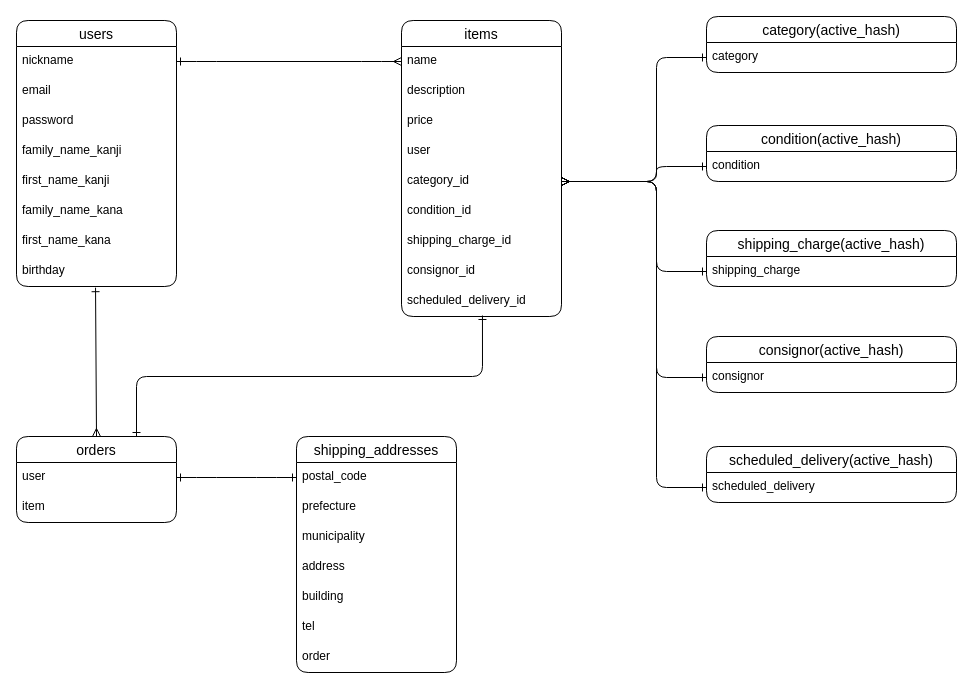
Earlier version of the draw.io diagram furima37542.dio (piyo106/furima-37542). Source tidied: cells renumbered, new cells numbered last; positions are measured from the earlier drawing's top-left corner, leaving out a move shared by most shapes. Both pictures are drawn from the tidied source at 100%, with x=0, y=0 at pixel (16, 16).
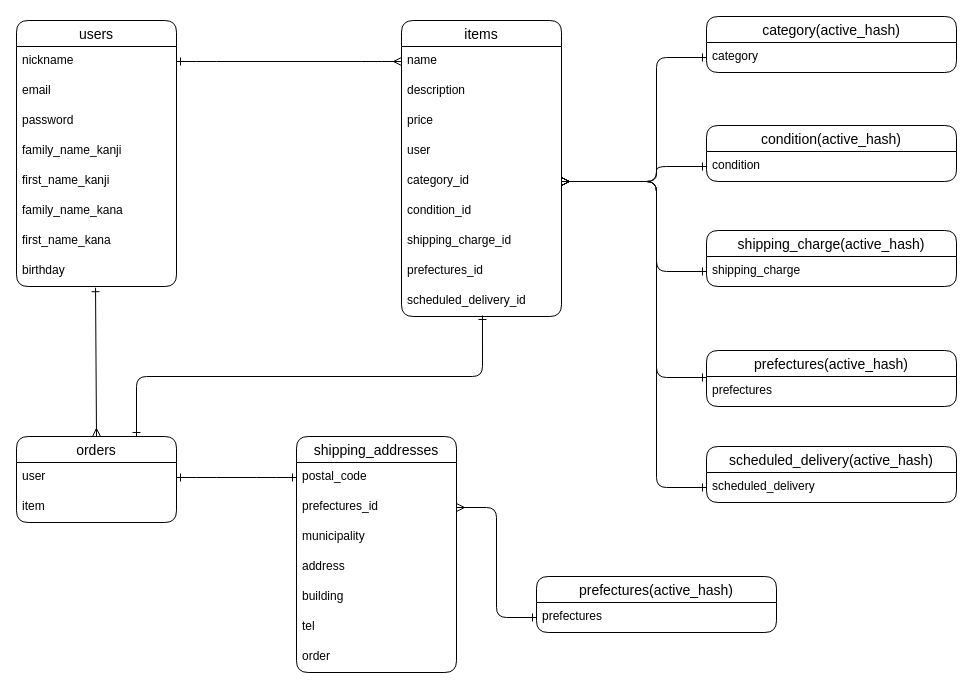
The same page after the edit.

The change refers to these unchanged cells:
```xml
<mxCell id="2" value="items" style="swimlane;fontStyle=0;horizontal=1;startSize=26;align=center;fontSize=14;rounded=1;" parent="1" vertex="1">
  <mxGeometry x="385" y="4" width="160" height="296" as="geometry" />
</mxCell>
<mxCell id="7" value="category_id" style="text;strokeColor=none;fillColor=none;spacingLeft=4;spacingRight=4;overflow=hidden;points=[[0,0.5],[1,0.5]];portConstraint=eastwest;fontSize=12;rounded=1;" parent="2" vertex="1">
  <mxGeometry y="146" width="160" height="30" as="geometry" />
</mxCell>
<mxCell id="25" value="shipping_addresses" style="swimlane;fontStyle=0;horizontal=1;startSize=26;align=center;fontSize=14;rounded=1;" parent="1" vertex="1">
  <mxGeometry x="280" y="420" width="160" height="236" as="geometry" />
</mxCell>
<mxCell id="36" value="scheduled_delivery" style="text;strokeColor=none;fillColor=none;spacingLeft=4;spacingRight=4;overflow=hidden;points=[[0,0.5],[1,0.5]];portConstraint=eastwest;fontSize=12;rounded=1;" parent="35" vertex="1">
  <mxGeometry y="26" width="250" height="30" as="geometry" />
</mxCell>
```

Diff of the diagram source:
```diff
@@
-    <mxCell id="10" value="consignor_id" style="text;strokeColor=none;fillColor=none;spacingLeft=4;spacingRight=4;overflow=hidden;fontSize=12;rounded=1;" parent="2" vertex="1">
+    <mxCell id="10" value="prefectures_id" style="text;strokeColor=none;fillColor=none;spacingLeft=4;spacingRight=4;overflow=hidden;fontSize=12;rounded=1;" parent="2" vertex="1">
       <mxGeometry y="236" width="160" height="30" as="geometry" />
     </mxCell>
@@
-    <mxCell id="27" value="prefecture" style="text;strokeColor=none;fillColor=none;spacingLeft=4;spacingRight=4;overflow=hidden;points=[[0,0.5],[1,0.5]];portConstraint=eastwest;fontSize=12;rounded=1;" parent="25" vertex="1">
+    <mxCell id="27" value="prefectures_id" style="text;strokeColor=none;fillColor=none;spacingLeft=4;spacingRight=4;overflow=hidden;points=[[0,0.5],[1,0.5]];portConstraint=eastwest;fontSize=12;rounded=1;" parent="25" vertex="1">
       <mxGeometry y="56" width="160" height="30" as="geometry" />
     </mxCell>
@@
-    <mxCell id="37" value="consignor(active_hash)" style="swimlane;fontStyle=0;horizontal=1;startSize=26;align=center;fontSize=14;rounded=1;" parent="1" vertex="1">
-      <mxGeometry x="690" y="320" width="250" height="56" as="geometry" />
-    </mxCell>
-    <mxCell id="38" value="consignor" style="text;strokeColor=none;fillColor=none;spacingLeft=4;spacingRight=4;overflow=hidden;points=[[0,0.5],[1,0.5]];portConstraint=eastwest;fontSize=12;rounded=1;" parent="37" vertex="1">
-      <mxGeometry y="26" width="250" height="30" as="geometry" />
-    </mxCell>
@@
-    <mxCell id="47" style="endArrow=ERmany;html=1;rounded=1;exitX=0;exitY=0.5;exitDx=0;exitDy=0;endFill=0;startArrow=ERone;startFill=0;entryX=1;entryY=0.5;entryDx=0;entryDy=0;" parent="1" edge="1" source="36" target="7">
+    <mxCell id="47" style="endArrow=ERmany;html=1;rounded=1;endFill=0;startArrow=ERone;startFill=0;entryX=1;entryY=0.5;entryDx=0;entryDy=0;exitX=0;exitY=0.5;exitDx=0;exitDy=0;" parent="1" edge="1" source="36" target="7">
       <mxGeometry relative="1" as="geometry">
         <Array as="points">
           <mxPoint x="640" y="471" />
           <mxPoint x="640" y="165" />
         </Array>
       </mxGeometry>
     </mxCell>
@@
-    <mxCell id="50" style="endArrow=ERone;html=1;rounded=1;entryX=0;entryY=0.5;entryDx=0;entryDy=0;startArrow=ERmany;startFill=0;endFill=0;exitX=1;exitY=0.5;exitDx=0;exitDy=0;" parent="1" edge="1" source="7" target="38">
+    <mxCell id="50" style="endArrow=ERone;html=1;rounded=1;entryX=0;entryY=0.5;entryDx=0;entryDy=0;startArrow=ERmany;startFill=0;endFill=0;exitX=1;exitY=0.5;exitDx=0;exitDy=0;" parent="1" edge="1" source="7">
       <mxGeometry relative="1" as="geometry">
+        <mxPoint x="690" y="361" as="targetPoint" />
         <Array as="points">
           <mxPoint x="640" y="165" />
           <mxPoint x="640" y="361" />
         </Array>
       </mxGeometry>
     </mxCell>
+    <mxCell id="51" value="prefectures(active_hash)" style="swimlane;fontStyle=0;horizontal=1;startSize=26;align=center;fontSize=14;rounded=1;" parent="1" vertex="1">
+      <mxGeometry x="520" y="560" width="240" height="56" as="geometry" />
+    </mxCell>
+    <mxCell id="52" value="prefectures" style="text;strokeColor=none;fillColor=none;spacingLeft=4;spacingRight=4;overflow=hidden;points=[[0,0.5],[1,0.5]];portConstraint=eastwest;fontSize=12;" parent="51" vertex="1">
+      <mxGeometry y="26" width="240" height="30" as="geometry" />
+    </mxCell>
+    <mxCell id="53" value="prefectures(active_hash)" style="swimlane;fontStyle=0;horizontal=1;startSize=26;align=center;fontSize=14;rounded=1;" parent="1" vertex="1">
+      <mxGeometry x="690" y="334" width="250" height="56" as="geometry" />
+    </mxCell>
+    <mxCell id="54" value="prefectures" style="text;strokeColor=none;fillColor=none;spacingLeft=4;spacingRight=4;overflow=hidden;fontSize=12;" parent="53" vertex="1">
+      <mxGeometry y="26" width="250" height="30" as="geometry" />
+    </mxCell>
+    <mxCell id="55" style="edgeStyle=none;html=1;exitX=1;exitY=0.5;exitDx=0;exitDy=0;entryX=0;entryY=0.5;entryDx=0;entryDy=0;endArrow=ERone;endFill=0;startArrow=ERmany;startFill=0;" parent="1" edge="1" source="27" target="52">
+      <mxGeometry relative="1" as="geometry">
+        <Array as="points">
+          <mxPoint x="480" y="491" />
+          <mxPoint x="480" y="601" />
+        </Array>
+      </mxGeometry>
+    </mxCell>
```
